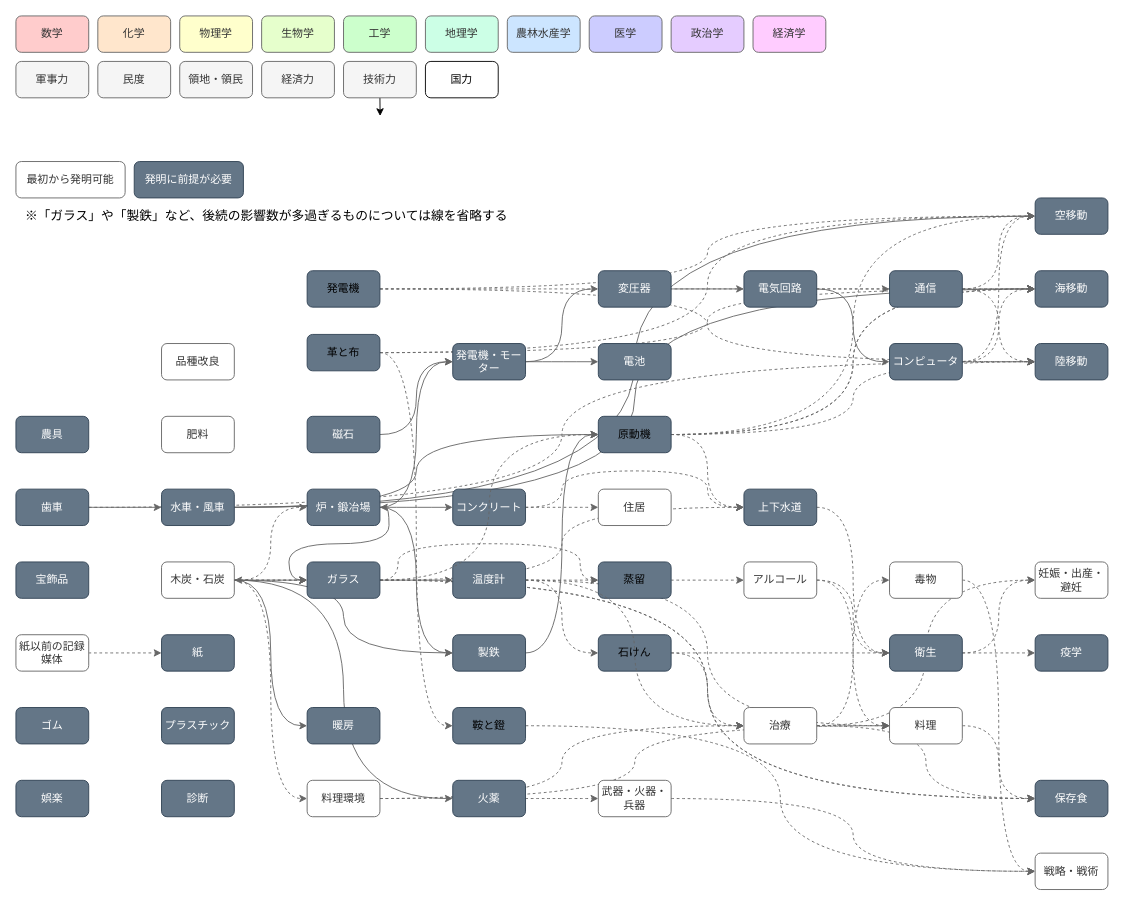
The draw.io diagram 01_設計/グラフィカル設計書.dio in puuuii/civilization_simulation, before the edit. Source tidied: cells renumbered, new cells numbered last; positions are measured from the earlier drawing's top-left corner, leaving out a move shared by most shapes. Both pictures are drawn from the tidied source at 91%, with x=0, y=0 at pixel (15, 15).
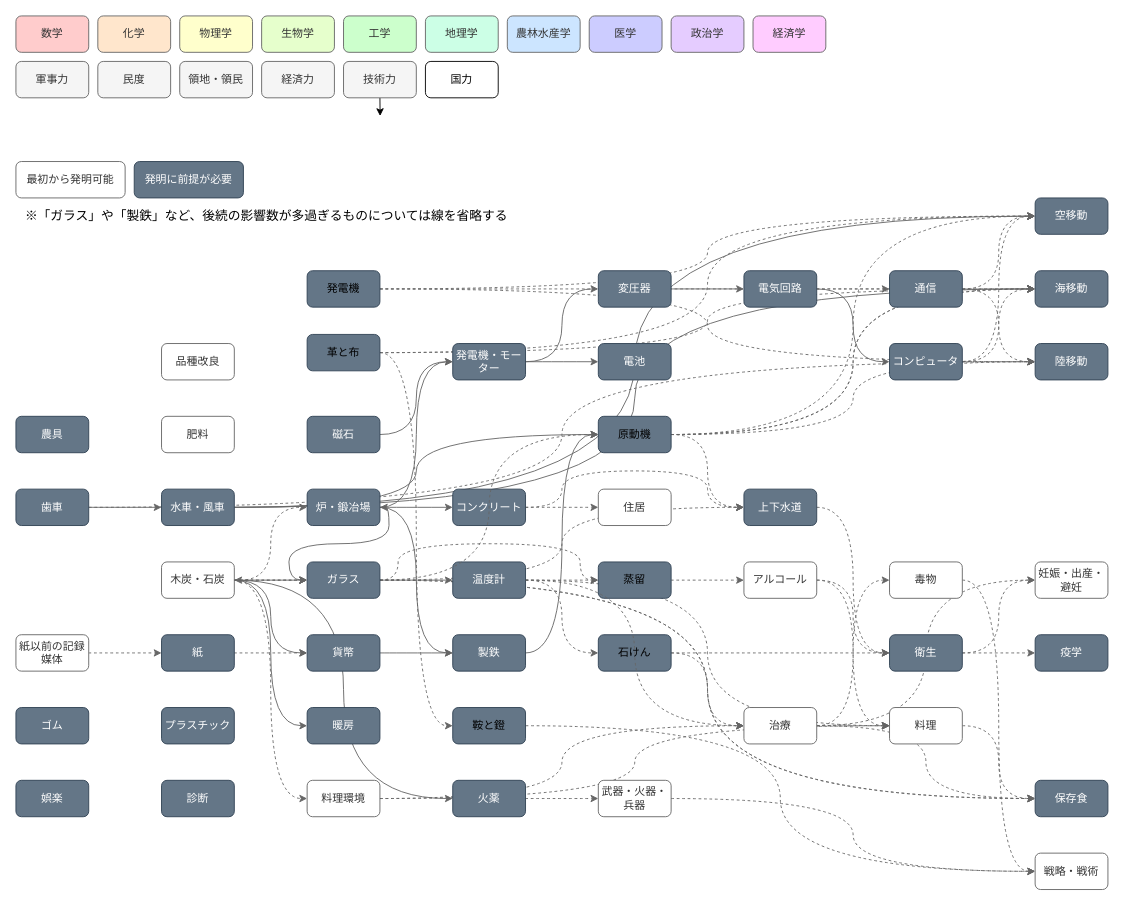
After the change.

Unchanged cells that the change refers to:
```xml
<mxCell id="56" value="木炭・石炭" style="whiteSpace=wrap;html=1;shadow=0;strokeColor=#666666;glass=0;fontColor=#333333;gradientDirection=east;rounded=1;fillColor=#FFFFFF;" parent="1" vertex="1">
  <mxGeometry x="160" y="600" width="80" height="40" as="geometry" />
</mxCell>
<mxCell id="58" value="製鉄" style="whiteSpace=wrap;html=1;shadow=0;strokeColor=#314354;glass=0;fontColor=#ffffff;gradientDirection=east;rounded=1;fillColor=#647687;" parent="1" vertex="1">
  <mxGeometry x="480" y="680" width="80" height="40" as="geometry" />
</mxCell>
<mxCell id="61" value="紙" style="whiteSpace=wrap;html=1;shadow=0;strokeColor=#314354;glass=0;gradientDirection=east;rounded=1;fillColor=#647687;fontColor=#FFFFFF;" parent="1" vertex="1">
  <mxGeometry x="160" y="680" width="80" height="40" as="geometry" />
</mxCell>
```

Diff of the diagram source:
```diff
@@
-    <mxCell id="12" style="edgeStyle=orthogonalEdgeStyle;jettySize=auto;html=1;entryX=0;entryY=0.5;entryDx=0;entryDy=0;strokeColor=#666666;fontColor=#242424;fillColor=#f5f5f5;curved=1;" parent="1" edge="1" source="56" target="58">
+    <mxCell id="12" style="edgeStyle=orthogonalEdgeStyle;jettySize=auto;html=1;entryX=0;entryY=0.5;entryDx=0;entryDy=0;strokeColor=#666666;fontColor=#242424;fillColor=#f5f5f5;curved=1;" parent="1" edge="1" source="127" target="58">
       <mxGeometry relative="1" as="geometry" />
     </mxCell>
@@
+    <mxCell id="144" style="edgeStyle=orthogonalEdgeStyle;jettySize=auto;html=1;entryX=0;entryY=0.5;entryDx=0;entryDy=0;dashed=1;curved=1;strokeColor=#666666;" parent="1" edge="1" source="61" target="127">
+      <mxGeometry relative="1" as="geometry" />
+    </mxCell>
@@
-    <mxCell id="127" value="宝飾品" style="whiteSpace=wrap;html=1;shadow=0;strokeColor=#314354;glass=0;fontColor=#ffffff;gradientDirection=east;rounded=1;fillColor=#647687;" parent="1" vertex="1">
-      <mxGeometry y="600" width="80" height="40" as="geometry" />
-    </mxCell>
@@
+    <mxCell id="127" value="貨幣" style="whiteSpace=wrap;html=1;shadow=0;strokeColor=#314354;glass=0;fontColor=#ffffff;gradientDirection=east;rounded=1;fillColor=#647687;" parent="1" vertex="1">
+      <mxGeometry x="320" y="680" width="80" height="40" as="geometry" />
+    </mxCell>
+    <mxCell id="145" style="edgeStyle=orthogonalEdgeStyle;jettySize=auto;html=1;entryX=0;entryY=0.5;entryDx=0;entryDy=0;strokeColor=#666666;fontColor=#242424;fillColor=#f5f5f5;curved=1;" parent="1" edge="1" source="56" target="127">
+      <mxGeometry relative="1" as="geometry" />
+    </mxCell>
```
